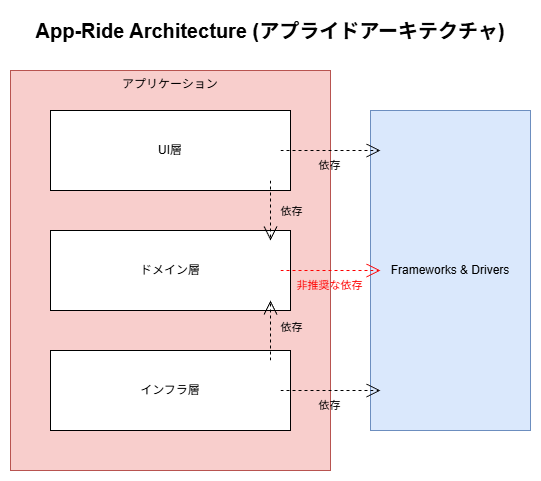
Before: images/app-ride-architecture1.png, a diagram exported from draw.io (KihiraKota/Zenn). Source tidied: cells renumbered, new cells last; positions are measured from the earlier drawing's top-left corner, leaving out a move shared by most shapes. Source of this version:
```xml
<mxGraphModel>
  <root>
    <mxCell id="0" />
    <mxCell id="1" value="アプリケーション" parent="0" />
    <mxCell id="2" value="アプリケーション" style="rounded=0;whiteSpace=wrap;html=1;fillColor=#f8cecc;strokeColor=#b85450;verticalAlign=top;" parent="1" vertex="1">
      <mxGeometry y="60" width="320" height="400" as="geometry" />
    </mxCell>
    <mxCell id="3" value="Frameworks &amp;amp; Drivers" style="rounded=0;whiteSpace=wrap;html=1;fillColor=#dae8fc;strokeColor=#6c8ebf;" parent="1" vertex="1">
      <mxGeometry x="360" y="100" width="160" height="320" as="geometry" />
    </mxCell>
    <mxCell id="4" value="レイヤー" parent="0" />
    <mxCell id="5" value="ドメイン層" style="rounded=0;whiteSpace=wrap;html=1;verticalAlign=middle;" parent="4" vertex="1">
      <mxGeometry x="40" y="220" width="240" height="80" as="geometry" />
    </mxCell>
    <mxCell id="6" value="UI層" style="rounded=0;whiteSpace=wrap;html=1;verticalAlign=middle;" parent="4" vertex="1">
      <mxGeometry x="40" y="100" width="240" height="80" as="geometry" />
    </mxCell>
    <mxCell id="7" value="インフラ層" style="rounded=0;whiteSpace=wrap;html=1;verticalAlign=middle;" parent="4" vertex="1">
      <mxGeometry x="40" y="340" width="240" height="80" as="geometry" />
    </mxCell>
    <mxCell id="8" value="依存関係" parent="0" />
    <mxCell id="9" style="endArrow=open;endSize=12;dashed=1;html=1;rounded=0;labelBackgroundColor=default;" parent="8" edge="1">
      <mxGeometry relative="1" as="geometry">
        <mxPoint x="260" y="170" as="sourcePoint" />
        <mxPoint x="260" y="230" as="targetPoint" />
      </mxGeometry>
    </mxCell>
    <mxCell id="10" value="依存" style="edgeLabel;html=1;align=center;verticalAlign=middle;labelBackgroundColor=none;" parent="9" vertex="1">
      <mxGeometry x="-0.37" y="-3" relative="1" as="geometry">
        <mxPoint x="23" y="11" as="offset" />
      </mxGeometry>
    </mxCell>
    <mxCell id="11" style="endArrow=open;endSize=12;dashed=1;html=1;rounded=0;labelBackgroundColor=default;fontColor=#FF0000;strokeColor=#000000;" parent="8" edge="1">
      <mxGeometry relative="1" as="geometry">
        <mxPoint x="270" y="140" as="sourcePoint" />
        <mxPoint x="370" y="140" as="targetPoint" />
      </mxGeometry>
    </mxCell>
    <mxCell id="12" value="依存" style="edgeLabel;html=1;align=center;verticalAlign=middle;labelBackgroundColor=none;fontColor=#000000;" parent="11" vertex="1">
      <mxGeometry x="-0.37" y="-3" relative="1" as="geometry">
        <mxPoint x="16" y="11" as="offset" />
      </mxGeometry>
    </mxCell>
    <mxCell id="13" style="endArrow=open;endSize=12;dashed=1;html=1;rounded=0;labelBackgroundColor=default;" parent="8" edge="1">
      <mxGeometry relative="1" as="geometry">
        <mxPoint x="260" y="350" as="sourcePoint" />
        <mxPoint x="260" y="290" as="targetPoint" />
      </mxGeometry>
    </mxCell>
    <mxCell id="14" value="依存" style="edgeLabel;html=1;align=center;verticalAlign=middle;labelBackgroundColor=none;" parent="13" vertex="1">
      <mxGeometry x="-0.37" y="-3" relative="1" as="geometry">
        <mxPoint x="17" y="-15" as="offset" />
      </mxGeometry>
    </mxCell>
    <mxCell id="15" style="endArrow=open;endSize=12;dashed=1;html=1;rounded=0;labelBackgroundColor=default;fontColor=#FF0000;strokeColor=#000000;" parent="8" edge="1">
      <mxGeometry relative="1" as="geometry">
        <mxPoint x="270" y="380" as="sourcePoint" />
        <mxPoint x="370" y="380" as="targetPoint" />
      </mxGeometry>
    </mxCell>
    <mxCell id="16" value="依存" style="edgeLabel;html=1;align=center;verticalAlign=middle;labelBackgroundColor=none;fontColor=#000000;" parent="15" vertex="1">
      <mxGeometry x="-0.37" y="-3" relative="1" as="geometry">
        <mxPoint x="16" y="11" as="offset" />
      </mxGeometry>
    </mxCell>
    <mxCell id="17" value="依存関係2" parent="0" />
    <mxCell id="18" style="endArrow=open;endSize=12;dashed=1;html=1;rounded=0;labelBackgroundColor=default;fontColor=#FF0000;strokeColor=#FF0000;" parent="17" edge="1">
      <mxGeometry relative="1" as="geometry">
        <mxPoint x="270" y="260" as="sourcePoint" />
        <mxPoint x="370" y="260" as="targetPoint" />
      </mxGeometry>
    </mxCell>
    <mxCell id="19" value="非推奨な依存" style="edgeLabel;html=1;align=center;verticalAlign=middle;labelBackgroundColor=none;fontColor=#FF0000;" parent="18" vertex="1">
      <mxGeometry x="-0.37" y="-3" relative="1" as="geometry">
        <mxPoint x="16" y="11" as="offset" />
      </mxGeometry>
    </mxCell>
    <mxCell id="20" value="コメント" parent="0" />
    <mxCell id="21" value="&lt;font style=&quot;font-size: 20px;&quot;&gt;&lt;b&gt;App-Ride Architecture (アプライドアーキテクチャ)&lt;/b&gt;&lt;/font&gt;" style="text;html=1;whiteSpace=wrap;strokeColor=none;fillColor=none;align=center;verticalAlign=middle;rounded=0;" parent="20" vertex="1">
      <mxGeometry width="520" height="40" as="geometry" />
    </mxCell>
  </root>
</mxGraphModel>
```
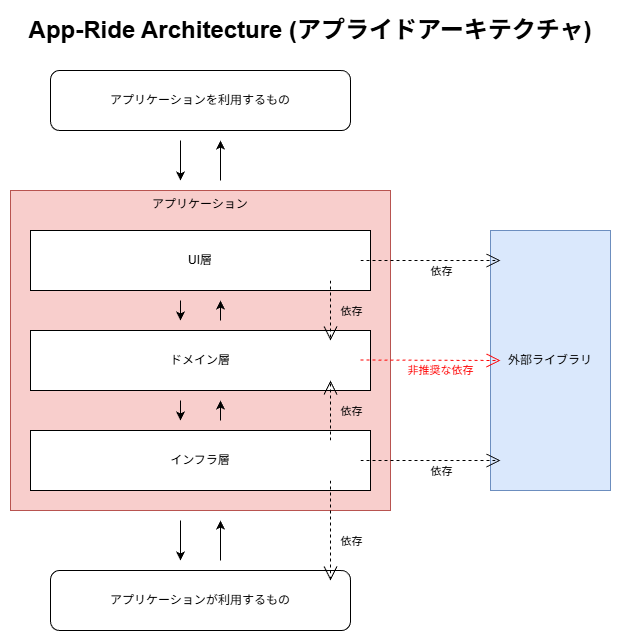
Above is the later version.

Commit message:
App-Ride Architectureの概念図を更新

The edit, as a diff of the source:
```diff
@@ -3,81 +3,147 @@
     <mxCell id="0" />
     <mxCell id="1" value="アプリケーション" parent="0" />
     <mxCell id="2" value="アプリケーション" style="rounded=0;whiteSpace=wrap;html=1;fillColor=#f8cecc;strokeColor=#b85450;verticalAlign=top;" parent="1" vertex="1">
-      <mxGeometry y="60" width="320" height="400" as="geometry" />
+      <mxGeometry x="40" y="60" width="380" height="320" as="geometry" />
     </mxCell>
+    <mxCell id="22" style="endArrow=classic;html=1;rounded=0;" parent="1" edge="1">
+      <mxGeometry relative="1" as="geometry">
+        <mxPoint x="210" y="10" as="sourcePoint" />
+        <mxPoint x="210" y="50" as="targetPoint" />
+      </mxGeometry>
+    </mxCell>
+    <mxCell id="23" style="endArrow=classic;html=1;rounded=0;" parent="1" edge="1">
+      <mxGeometry relative="1" as="geometry">
+        <mxPoint x="210" y="390" as="sourcePoint" />
+        <mxPoint x="210" y="430" as="targetPoint" />
+      </mxGeometry>
+    </mxCell>
-    <mxCell id="3" value="Frameworks &amp;amp; Drivers" style="rounded=0;whiteSpace=wrap;html=1;fillColor=#dae8fc;strokeColor=#6c8ebf;" parent="1" vertex="1">
-      <mxGeometry x="360" y="100" width="160" height="320" as="geometry" />
+    <mxCell id="3" value="外部ライブラリ" style="rounded=0;whiteSpace=wrap;html=1;fillColor=#dae8fc;strokeColor=#6c8ebf;" parent="1" vertex="1">
+      <mxGeometry x="520" y="100" width="120" height="260" as="geometry" />
     </mxCell>
+    <mxCell id="24" value="アプリケーションを&lt;span style=&quot;background-color: transparent; color: light-dark(rgb(0, 0, 0), rgb(255, 255, 255));&quot;&gt;利用するもの&lt;/span&gt;" style="rounded=1;whiteSpace=wrap;html=1;" parent="1" vertex="1">
+      <mxGeometry x="80" y="-60" width="300" height="60" as="geometry" />
+    </mxCell>
+    <mxCell id="25" value="アプリケーションが&lt;span style=&quot;background-color: transparent; color: light-dark(rgb(0, 0, 0), rgb(255, 255, 255));&quot;&gt;利用するもの&lt;/span&gt;" style="rounded=1;whiteSpace=wrap;html=1;fontStyle=0;" parent="1" vertex="1">
+      <mxGeometry x="80" y="440" width="300" height="60" as="geometry" />
+    </mxCell>
+    <mxCell id="26" style="endArrow=classic;html=1;rounded=0;" parent="1" edge="1">
+      <mxGeometry relative="1" as="geometry">
+        <mxPoint x="250" y="50" as="sourcePoint" />
+        <mxPoint x="250" y="10" as="targetPoint" />
+      </mxGeometry>
+    </mxCell>
+    <mxCell id="27" style="endArrow=classic;html=1;rounded=0;" parent="1" edge="1">
+      <mxGeometry relative="1" as="geometry">
+        <mxPoint x="250" y="430" as="sourcePoint" />
+        <mxPoint x="250" y="390" as="targetPoint" />
+      </mxGeometry>
+    </mxCell>
     <mxCell id="4" value="レイヤー" parent="0" />
     <mxCell id="5" value="ドメイン層" style="rounded=0;whiteSpace=wrap;html=1;verticalAlign=middle;" parent="4" vertex="1">
-      <mxGeometry x="40" y="220" width="240" height="80" as="geometry" />
+      <mxGeometry x="60" y="200" width="340" height="60" as="geometry" />
     </mxCell>
     <mxCell id="6" value="UI層" style="rounded=0;whiteSpace=wrap;html=1;verticalAlign=middle;" parent="4" vertex="1">
-      <mxGeometry x="40" y="100" width="240" height="80" as="geometry" />
+      <mxGeometry x="60" y="100" width="340" height="60" as="geometry" />
     </mxCell>
     <mxCell id="7" value="インフラ層" style="rounded=0;whiteSpace=wrap;html=1;verticalAlign=middle;" parent="4" vertex="1">
-      <mxGeometry x="40" y="340" width="240" height="80" as="geometry" />
+      <mxGeometry x="60" y="300" width="340" height="60" as="geometry" />
     </mxCell>
+    <mxCell id="28" value="処理の流れ" parent="0" />
+    <mxCell id="29" style="endArrow=classic;html=1;rounded=0;" parent="28" edge="1">
+      <mxGeometry relative="1" as="geometry">
+        <mxPoint x="250" y="190" as="sourcePoint" />
+        <mxPoint x="250" y="170" as="targetPoint" />
+      </mxGeometry>
+    </mxCell>
+    <mxCell id="30" style="endArrow=classic;html=1;rounded=0;" parent="28" edge="1">
+      <mxGeometry relative="1" as="geometry">
+        <mxPoint x="250" y="290" as="sourcePoint" />
+        <mxPoint x="250" y="270" as="targetPoint" />
+      </mxGeometry>
+    </mxCell>
+    <mxCell id="31" style="endArrow=classic;html=1;rounded=0;" parent="28" edge="1">
+      <mxGeometry relative="1" as="geometry">
+        <mxPoint x="210" y="170" as="sourcePoint" />
+        <mxPoint x="210" y="190" as="targetPoint" />
+      </mxGeometry>
+    </mxCell>
+    <mxCell id="32" style="endArrow=classic;html=1;rounded=0;" parent="28" edge="1">
+      <mxGeometry relative="1" as="geometry">
+        <mxPoint x="210" y="270" as="sourcePoint" />
+        <mxPoint x="210" y="290" as="targetPoint" />
+      </mxGeometry>
+    </mxCell>
     <mxCell id="8" value="依存関係" parent="0" />
     <mxCell id="9" style="endArrow=open;endSize=12;dashed=1;html=1;rounded=0;labelBackgroundColor=default;" parent="8" edge="1">
       <mxGeometry relative="1" as="geometry">
-        <mxPoint x="260" y="170" as="sourcePoint" />
-        <mxPoint x="260" y="230" as="targetPoint" />
+        <mxPoint x="360" y="150" as="sourcePoint" />
+        <mxPoint x="360" y="210" as="targetPoint" />
       </mxGeometry>
     </mxCell>
-    <mxCell id="10" value="依存" style="edgeLabel;html=1;align=center;verticalAlign=middle;labelBackgroundColor=none;" parent="9" vertex="1">
+    <mxCell id="10" value="依存" style="edgeLabel;html=1;align=center;verticalAlign=middle;labelBackgroundColor=none;fontSize=11;" parent="9" vertex="1">
       <mxGeometry x="-0.37" y="-3" relative="1" as="geometry">
         <mxPoint x="23" y="11" as="offset" />
       </mxGeometry>
     </mxCell>
     <mxCell id="11" style="endArrow=open;endSize=12;dashed=1;html=1;rounded=0;labelBackgroundColor=default;fontColor=#FF0000;strokeColor=#000000;" parent="8" edge="1">
       <mxGeometry relative="1" as="geometry">
-        <mxPoint x="270" y="140" as="sourcePoint" />
-        <mxPoint x="370" y="140" as="targetPoint" />
+        <mxPoint x="390" y="130" as="sourcePoint" />
+        <mxPoint x="530" y="130" as="targetPoint" />
       </mxGeometry>
     </mxCell>
-    <mxCell id="12" value="依存" style="edgeLabel;html=1;align=center;verticalAlign=middle;labelBackgroundColor=none;fontColor=#000000;" parent="11" vertex="1">
+    <mxCell id="12" value="&lt;div&gt;&lt;span style=&quot;background-color: transparent; color: light-dark(rgb(0, 0, 0), rgb(237, 237, 237));&quot;&gt;依存&lt;/span&gt;&lt;/div&gt;" style="edgeLabel;html=1;align=center;verticalAlign=middle;labelBackgroundColor=none;fontColor=#000000;fontSize=11;" parent="11" vertex="1">
       <mxGeometry x="-0.37" y="-3" relative="1" as="geometry">
-        <mxPoint x="16" y="11" as="offset" />
+        <mxPoint x="36" y="7" as="offset" />
       </mxGeometry>
     </mxCell>
     <mxCell id="13" style="endArrow=open;endSize=12;dashed=1;html=1;rounded=0;labelBackgroundColor=default;" parent="8" edge="1">
       <mxGeometry relative="1" as="geometry">
-        <mxPoint x="260" y="350" as="sourcePoint" />
-        <mxPoint x="260" y="290" as="targetPoint" />
+        <mxPoint x="360" y="310" as="sourcePoint" />
+        <mxPoint x="360" y="250" as="targetPoint" />
       </mxGeometry>
     </mxCell>
-    <mxCell id="14" value="依存" style="edgeLabel;html=1;align=center;verticalAlign=middle;labelBackgroundColor=none;" parent="13" vertex="1">
+    <mxCell id="14" value="依存" style="edgeLabel;html=1;align=center;verticalAlign=middle;labelBackgroundColor=none;fontSize=11;" parent="13" vertex="1">
       <mxGeometry x="-0.37" y="-3" relative="1" as="geometry">
-        <mxPoint x="17" y="-15" as="offset" />
+        <mxPoint x="17" y="-11" as="offset" />
       </mxGeometry>
     </mxCell>
     <mxCell id="15" style="endArrow=open;endSize=12;dashed=1;html=1;rounded=0;labelBackgroundColor=default;fontColor=#FF0000;strokeColor=#000000;" parent="8" edge="1">
       <mxGeometry relative="1" as="geometry">
-        <mxPoint x="270" y="380" as="sourcePoint" />
-        <mxPoint x="370" y="380" as="targetPoint" />
+        <mxPoint x="390" y="330" as="sourcePoint" />
+        <mxPoint x="530" y="330" as="targetPoint" />
       </mxGeometry>
     </mxCell>
-    <mxCell id="16" value="依存" style="edgeLabel;html=1;align=center;verticalAlign=middle;labelBackgroundColor=none;fontColor=#000000;" parent="15" vertex="1">
+    <mxCell id="16" value="&lt;div&gt;&lt;span style=&quot;background-color: transparent; color: light-dark(rgb(0, 0, 0), rgb(237, 237, 237));&quot;&gt;依存&lt;/span&gt;&lt;/div&gt;" style="edgeLabel;html=1;align=center;verticalAlign=middle;labelBackgroundColor=none;fontColor=#000000;fontSize=11;" parent="15" vertex="1">
       <mxGeometry x="-0.37" y="-3" relative="1" as="geometry">
-        <mxPoint x="16" y="11" as="offset" />
+        <mxPoint x="36" y="7" as="offset" />
       </mxGeometry>
     </mxCell>
+    <mxCell id="33" style="endArrow=open;endSize=12;dashed=1;html=1;rounded=0;labelBackgroundColor=default;" parent="8" edge="1">
+      <mxGeometry relative="1" as="geometry">
+        <mxPoint x="360" y="350" as="sourcePoint" />
+        <mxPoint x="360" y="450" as="targetPoint" />
+      </mxGeometry>
+    </mxCell>
+    <mxCell id="34" value="依存" style="edgeLabel;html=1;align=center;verticalAlign=middle;labelBackgroundColor=none;fontSize=11;" parent="33" vertex="1">
+      <mxGeometry x="-0.37" y="-3" relative="1" as="geometry">
+        <mxPoint x="23" y="28" as="offset" />
+      </mxGeometry>
+    </mxCell>
     <mxCell id="17" value="依存関係2" parent="0" />
     <mxCell id="18" style="endArrow=open;endSize=12;dashed=1;html=1;rounded=0;labelBackgroundColor=default;fontColor=#FF0000;strokeColor=#FF0000;" parent="17" edge="1">
       <mxGeometry relative="1" as="geometry">
-        <mxPoint x="270" y="260" as="sourcePoint" />
-        <mxPoint x="370" y="260" as="targetPoint" />
+        <mxPoint x="390" y="229.5" as="sourcePoint" />
+        <mxPoint x="530" y="230" as="targetPoint" />
       </mxGeometry>
     </mxCell>
-    <mxCell id="19" value="非推奨な依存" style="edgeLabel;html=1;align=center;verticalAlign=middle;labelBackgroundColor=none;fontColor=#FF0000;" parent="18" vertex="1">
+    <mxCell id="19" value="&lt;div&gt;&lt;span style=&quot;background-color: transparent; color: light-dark(rgb(255, 0, 0), rgb(255, 144, 144));&quot;&gt;非推奨な依存&lt;/span&gt;&lt;/div&gt;" style="edgeLabel;html=1;align=center;verticalAlign=middle;labelBackgroundColor=none;fontColor=#FF0000;fontSize=11;" parent="18" vertex="1">
       <mxGeometry x="-0.37" y="-3" relative="1" as="geometry">
-        <mxPoint x="16" y="11" as="offset" />
+        <mxPoint x="36" y="7" as="offset" />
       </mxGeometry>
     </mxCell>
     <mxCell id="20" value="コメント" parent="0" />
-    <mxCell id="21" value="&lt;font style=&quot;font-size: 20px;&quot;&gt;&lt;b&gt;App-Ride Architecture (アプライドアーキテクチャ)&lt;/b&gt;&lt;/font&gt;" style="text;html=1;whiteSpace=wrap;strokeColor=none;fillColor=none;align=center;verticalAlign=middle;rounded=0;" parent="20" vertex="1">
-      <mxGeometry width="520" height="40" as="geometry" />
+    <mxCell id="21" value="&lt;font style=&quot;font-size: 24px;&quot;&gt;&lt;b style=&quot;&quot;&gt;App-Ride Architecture (アプライドアーキテクチャ)&lt;/b&gt;&lt;/font&gt;" style="text;html=1;whiteSpace=wrap;strokeColor=none;fillColor=none;align=center;verticalAlign=middle;rounded=0;" parent="20" vertex="1">
+      <mxGeometry x="40" y="-120" width="600" height="40" as="geometry" />
     </mxCell>
   </root>
 </mxGraphModel>
```
